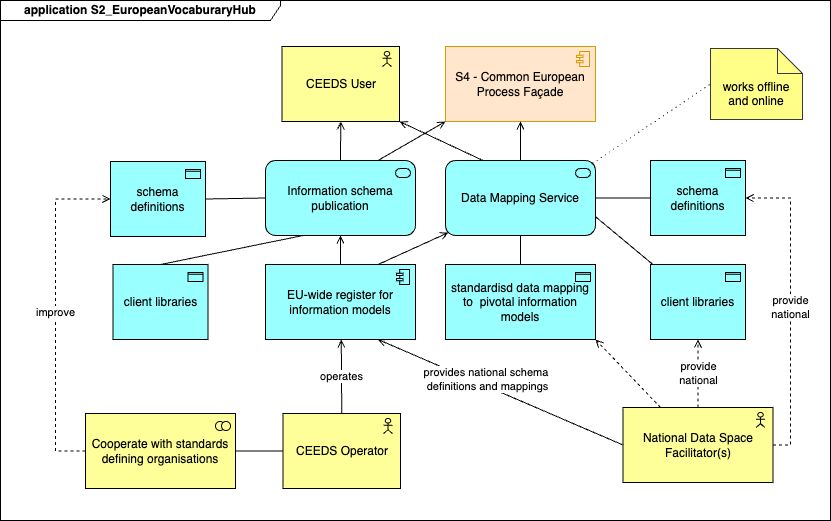
Before: docs/meta-level-operating-services/european-vocabulary-hub/app-evh.drawio.png, a diagram exported from draw.io (INSIEME-Energy/architecture). Source tidied: cells renumbered, new cells last; positions are measured from the earlier drawing's top-left corner, leaving out a move shared by most shapes.
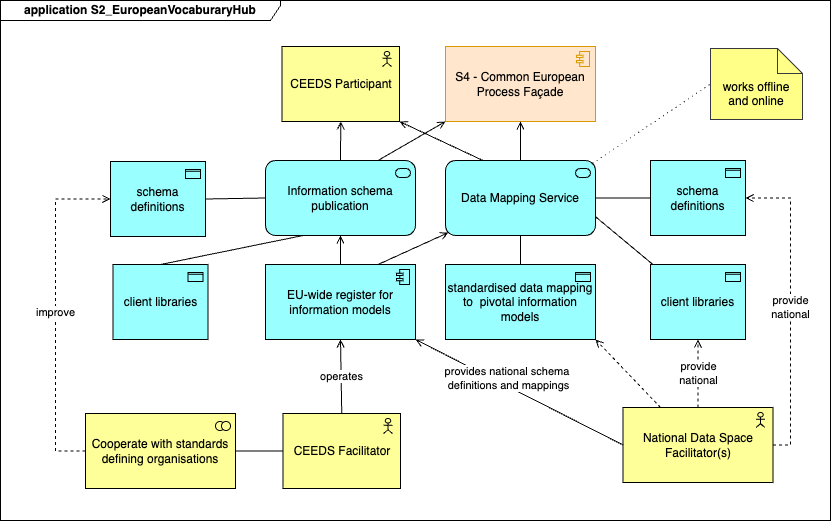
Later version of the same file.

Change to the diagram source:
```diff
@@ -5,13 +5,13 @@
     <mxCell id="2" value="application S2_EuropeanVocaburaryHub" style="shape=umlFrame;whiteSpace=wrap;html=1;width=280;height=20;fontStyle=1;" parent="1" vertex="1">
       <mxGeometry width="830" height="520" as="geometry" />
     </mxCell>
-    <mxCell id="3" value="CEEDS User" style="html=1;outlineConnect=0;whiteSpace=wrap;fillColor=#ffff99;shape=mxgraph.archimate3.application;appType=actor;archiType=square;" parent="2" vertex="1">
+    <mxCell id="3" value="CEEDS Participant" style="html=1;outlineConnect=0;whiteSpace=wrap;fillColor=#ffff99;shape=mxgraph.archimate3.application;appType=actor;archiType=square;" parent="2" vertex="1">
       <mxGeometry x="281.5" y="46" width="117.5" height="75" as="geometry" />
     </mxCell>
     <mxCell id="4" value="National Data Space Facilitator(s)" style="html=1;outlineConnect=0;whiteSpace=wrap;fillColor=#ffff99;shape=mxgraph.archimate3.application;appType=actor;archiType=square;" parent="2" vertex="1">
       <mxGeometry x="622.5" y="407" width="150" height="75" as="geometry" />
     </mxCell>
-    <mxCell id="5" value="CEEDS Operator" style="html=1;outlineConnect=0;whiteSpace=wrap;fillColor=#ffff99;shape=mxgraph.archimate3.application;appType=actor;archiType=square;" parent="2" vertex="1">
+    <mxCell id="5" value="CEEDS Facilitator" style="html=1;outlineConnect=0;whiteSpace=wrap;fillColor=#ffff99;shape=mxgraph.archimate3.application;appType=actor;archiType=square;" parent="2" vertex="1">
       <mxGeometry x="282.5" y="413" width="117.5" height="75" as="geometry" />
     </mxCell>
     <mxCell id="6" value="Cooperate with standards defining organisations" style="html=1;outlineConnect=0;whiteSpace=wrap;fillColor=#ffff99;shape=mxgraph.archimate3.application;appType=collab;archiType=square;" parent="2" vertex="1">
@@ -29,7 +29,7 @@
     <mxCell id="10" value="client libraries" style="html=1;outlineConnect=0;whiteSpace=wrap;fillColor=#99ffff;shape=mxgraph.archimate3.application;appType=passive;archiType=square;" parent="2" vertex="1">
       <mxGeometry x="650" y="264" width="95" height="75" as="geometry" />
     </mxCell>
-    <mxCell id="11" value="standardisd data mapping to&amp;nbsp; pivotal information models" style="html=1;outlineConnect=0;whiteSpace=wrap;fillColor=#99ffff;shape=mxgraph.archimate3.application;appType=passive;archiType=square;" parent="2" vertex="1">
+    <mxCell id="11" value="standardised data mapping to&amp;nbsp; pivotal information models" style="html=1;outlineConnect=0;whiteSpace=wrap;fillColor=#99ffff;shape=mxgraph.archimate3.application;appType=passive;archiType=square;" parent="2" vertex="1">
       <mxGeometry x="445" y="264" width="150" height="75" as="geometry" />
     </mxCell>
     <mxCell id="12" value="client libraries" style="html=1;outlineConnect=0;whiteSpace=wrap;fillColor=#99ffff;shape=mxgraph.archimate3.application;appType=passive;archiType=square;" parent="2" vertex="1">
@@ -66,10 +66,10 @@
         </Array>
       </mxGeometry>
     </mxCell>
-    <mxCell id="20" value="operates" style="edgeStyle=elbowEdgeStyle;html=1;endArrow=open;elbow=horizontal;endFill=1;exitX=0.5;exitY=0;exitDx=0;exitDy=0;exitPerimeter=0;entryX=0.5;entryY=1;entryDx=0;entryDy=0;entryPerimeter=0;" parent="2" edge="1" source="5" target="15">
+    <mxCell id="20" value="operates" style="html=1;endArrow=open;elbow=horizontal;endFill=1;exitX=0.5;exitY=0;exitDx=0;exitDy=0;exitPerimeter=0;entryX=0.5;entryY=1;entryDx=0;entryDy=0;entryPerimeter=0;" parent="2" edge="1" source="5" target="15">
       <mxGeometry relative="1" as="geometry" />
     </mxCell>
-    <mxCell id="21" value="provides national schema&amp;nbsp;&lt;div&gt;definitions and mappings&lt;/div&gt;" style="html=1;endArrow=open;elbow=vertical;endFill=1;exitX=0;exitY=0.5;exitDx=0;exitDy=0;exitPerimeter=0;entryX=0.75;entryY=1;entryDx=0;entryDy=0;entryPerimeter=0;rounded=0;" parent="2" edge="1" source="4" target="15">
+    <mxCell id="21" value="provides national schema&amp;nbsp;&lt;div&gt;definitions and mappings&lt;/div&gt;" style="html=1;endArrow=open;elbow=vertical;endFill=1;exitX=0;exitY=0.5;exitDx=0;exitDy=0;exitPerimeter=0;entryX=1;entryY=1;entryDx=0;entryDy=0;entryPerimeter=0;rounded=0;" parent="2" edge="1" source="4" target="15">
       <mxGeometry x="0.13" y="-7" relative="1" as="geometry" />
     </mxCell>
     <mxCell id="22" style="html=1;endArrow=open;elbow=vertical;endFill=1;entryX=0;entryY=1;entryDx=2.9;entryDy=-2.9;entryPerimeter=0;exitX=0.75;exitY=0;exitDx=0;exitDy=0;exitPerimeter=0;rounded=0;" parent="2" edge="1" source="15" target="8">
```
